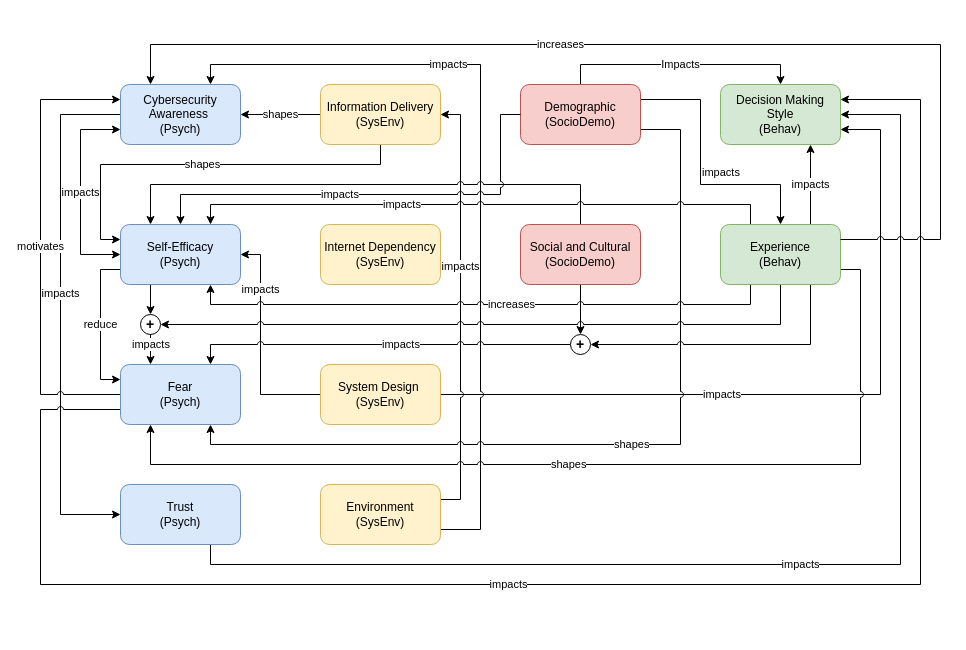
Above: page "Page-1" (1 of 4) of Diagrams/Codebook.drawio in HooradAboo/I-CLAIM (draw.io), before the change. Source tidied: cells renumbered, new cells numbered last; positions are measured from the earlier drawing's top-left corner, leaving out a move shared by most shapes. Both pictures are drawn from the tidied source at 100%, with x=0, y=0 at pixel (40, 44).
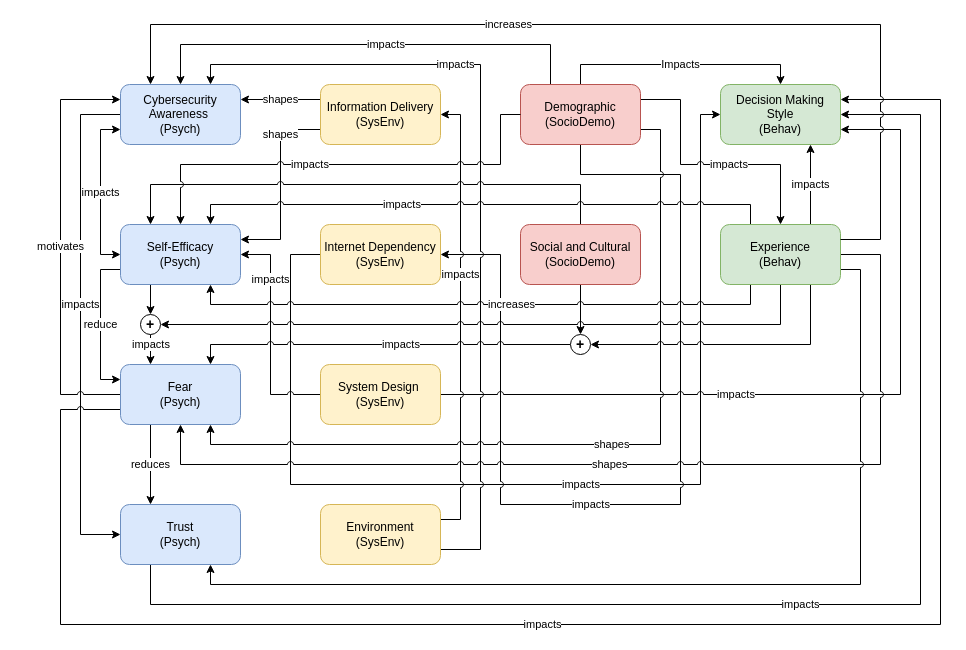
Above is the later version.

Unchanged cells that the change refers to:
```xml
<mxCell id="4" value="Cybersecurity Awareness&amp;nbsp;&lt;br&gt;(Psych)" style="rounded=1;whiteSpace=wrap;html=1;fillColor=#dae8fc;strokeColor=#6c8ebf;" parent="1" vertex="1">
  <mxGeometry x="80" y="40" width="120" height="60" as="geometry" />
</mxCell>
<mxCell id="7" value="Self-Efficacy&lt;br&gt;(Psych)" style="rounded=1;whiteSpace=wrap;html=1;fillColor=#dae8fc;strokeColor=#6c8ebf;" parent="1" vertex="1">
  <mxGeometry x="80" y="180" width="120" height="60" as="geometry" />
</mxCell>
<mxCell id="10" value="Fear&lt;br&gt;(Psych)" style="rounded=1;whiteSpace=wrap;html=1;fillColor=#dae8fc;strokeColor=#6c8ebf;" parent="1" vertex="1">
  <mxGeometry x="80" y="320" width="120" height="60" as="geometry" />
</mxCell>
<mxCell id="15" value="Information Delivery&lt;br&gt;(SysEnv)" style="rounded=1;whiteSpace=wrap;html=1;fillColor=#fff2cc;strokeColor=#d6b656;" parent="1" vertex="1">
  <mxGeometry x="280" y="40" width="120" height="60" as="geometry" />
</mxCell>
<mxCell id="16" value="Internet Dependency&lt;br&gt;(SysEnv)" style="rounded=1;whiteSpace=wrap;html=1;fillColor=#fff2cc;strokeColor=#d6b656;" parent="1" vertex="1">
  <mxGeometry x="280" y="180" width="120" height="60" as="geometry" />
</mxCell>
<mxCell id="19" value="System Design&lt;span style=&quot;background-color: transparent; color: light-dark(rgb(0, 0, 0), rgb(255, 255, 255));&quot;&gt;&amp;nbsp;&lt;/span&gt;&lt;div&gt;(SysEnv)&lt;/div&gt;" style="rounded=1;whiteSpace=wrap;html=1;fillColor=#fff2cc;strokeColor=#d6b656;" parent="1" vertex="1">
  <mxGeometry x="280" y="320" width="120" height="60" as="geometry" />
</mxCell>
<mxCell id="26" value="Demographic&lt;br&gt;(SocioDemo)" style="rounded=1;whiteSpace=wrap;html=1;fillColor=#f8cecc;strokeColor=#b85450;" parent="1" vertex="1">
  <mxGeometry x="480" y="40" width="120" height="60" as="geometry" />
</mxCell>
<mxCell id="30" value="Decision Making Style&lt;br&gt;(Behav)" style="rounded=1;whiteSpace=wrap;html=1;fillColor=#d5e8d4;strokeColor=#82b366;" parent="1" vertex="1">
  <mxGeometry x="680" y="40" width="120" height="60" as="geometry" />
</mxCell>
<mxCell id="37" value="Experience&lt;br&gt;(Behav)" style="rounded=1;whiteSpace=wrap;html=1;fillColor=#d5e8d4;strokeColor=#82b366;" parent="1" vertex="1">
  <mxGeometry x="680" y="180" width="120" height="60" as="geometry" />
</mxCell>
```

Diff of the diagram source:
```diff
@@
     <mxCell id="2" value="impacts" style="edgeStyle=orthogonalEdgeStyle;shape=connector;rounded=0;jumpStyle=arc;jettySize=auto;html=1;exitX=0;exitY=0.5;exitDx=0;exitDy=0;entryX=0;entryY=0.5;entryDx=0;entryDy=0;strokeColor=default;align=center;verticalAlign=middle;fontFamily=Helvetica;fontSize=11;fontColor=default;labelBackgroundColor=default;endArrow=classic;" parent="1" edge="1" source="4" target="12">
       <mxGeometry x="-0.08" relative="1" as="geometry">
         <Array as="points">
-          <mxPoint x="20" y="70" />
-          <mxPoint x="20" y="470" />
+          <mxPoint x="40" y="70" />
+          <mxPoint x="40" y="490" />
         </Array>
       </mxGeometry>
     </mxCell>
     <mxCell id="3" value="impacts" style="edgeStyle=orthogonalEdgeStyle;shape=connector;rounded=0;jumpStyle=arc;jettySize=auto;html=1;exitX=0;exitY=0.75;exitDx=0;exitDy=0;entryX=0;entryY=0.5;entryDx=0;entryDy=0;strokeColor=default;align=center;verticalAlign=middle;fontFamily=Helvetica;fontSize=11;fontColor=default;labelBackgroundColor=default;endArrow=classic;startArrow=classic;startFill=1;" parent="1" edge="1" source="4" target="7">
       <mxGeometry relative="1" as="geometry">
         <Array as="points">
-          <mxPoint x="40" y="85" />
-          <mxPoint x="40" y="210" />
+          <mxPoint x="60" y="85" />
+          <mxPoint x="60" y="210" />
         </Array>
       </mxGeometry>
     </mxCell>
@@
     <mxCell id="8" value="motivates" style="edgeStyle=orthogonalEdgeStyle;shape=connector;rounded=0;jumpStyle=arc;jettySize=auto;html=1;exitX=0;exitY=0.5;exitDx=0;exitDy=0;entryX=0;entryY=0.25;entryDx=0;entryDy=0;strokeColor=default;align=center;verticalAlign=middle;fontFamily=Helvetica;fontSize=11;fontColor=default;labelBackgroundColor=default;endArrow=classic;" parent="1" edge="1" source="10" target="4">
       <mxGeometry relative="1" as="geometry">
         <Array as="points">
-          <mxPoint y="350" />
-          <mxPoint y="55" />
+          <mxPoint x="20" y="350" />
+          <mxPoint x="20" y="55" />
         </Array>
       </mxGeometry>
     </mxCell>
     <mxCell id="9" value="impacts" style="edgeStyle=orthogonalEdgeStyle;shape=connector;rounded=0;jumpStyle=arc;jettySize=auto;html=1;exitX=0;exitY=0.75;exitDx=0;exitDy=0;entryX=1;entryY=0.25;entryDx=0;entryDy=0;strokeColor=default;align=center;verticalAlign=middle;fontFamily=Helvetica;fontSize=11;fontColor=default;labelBackgroundColor=default;endArrow=classic;" parent="1" edge="1" source="10" target="30">
       <mxGeometry x="-0.15" relative="1" as="geometry">
         <Array as="points">
-          <mxPoint y="365" />
-          <mxPoint y="540" />
-          <mxPoint x="880" y="540" />
-          <mxPoint x="880" y="55" />
+          <mxPoint x="20" y="365" />
+          <mxPoint x="20" y="580" />
+          <mxPoint x="900" y="580" />
+          <mxPoint x="900" y="55" />
         </Array>
       </mxGeometry>
     </mxCell>
+    <mxCell id="44" value="reduces" style="edgeStyle=orthogonalEdgeStyle;shape=connector;rounded=0;jumpStyle=arc;jettySize=auto;html=1;exitX=0.25;exitY=1;exitDx=0;exitDy=0;entryX=0.25;entryY=0;entryDx=0;entryDy=0;strokeColor=default;align=center;verticalAlign=middle;fontFamily=Helvetica;fontSize=11;fontColor=default;labelBackgroundColor=default;endArrow=classic;" parent="1" edge="1" source="10" target="12">
+      <mxGeometry relative="1" as="geometry" />
+    </mxCell>
@@
-    <mxCell id="11" value="impacts" style="edgeStyle=orthogonalEdgeStyle;rounded=0;jettySize=auto;html=1;exitX=0.75;exitY=1;exitDx=0;exitDy=0;entryX=1;entryY=0.5;entryDx=0;entryDy=0;jumpStyle=arc;" parent="1" edge="1" source="12" target="30">
+    <mxCell id="11" value="impacts" style="edgeStyle=orthogonalEdgeStyle;rounded=0;jettySize=auto;html=1;exitX=0.25;exitY=1;exitDx=0;exitDy=0;entryX=1;entryY=0.5;entryDx=0;entryDy=0;jumpStyle=arc;" parent="1" edge="1" source="12" target="30">
       <mxGeometry relative="1" as="geometry">
         <Array as="points">
-          <mxPoint x="170" y="520" />
-          <mxPoint x="860" y="520" />
-          <mxPoint x="860" y="70" />
+          <mxPoint x="110" y="560" />
+          <mxPoint x="880" y="560" />
+          <mxPoint x="880" y="70" />
         </Array>
       </mxGeometry>
     </mxCell>
     <mxCell id="12" value="Trust&lt;br&gt;(Psych)" style="rounded=1;whiteSpace=wrap;html=1;fillColor=#dae8fc;strokeColor=#6c8ebf;" parent="1" vertex="1">
-      <mxGeometry x="80" y="440" width="120" height="60" as="geometry" />
+      <mxGeometry x="80" y="460" width="120" height="60" as="geometry" />
     </mxCell>
-    <mxCell id="13" value="shapes" style="edgeStyle=orthogonalEdgeStyle;rounded=0;jettySize=auto;html=1;exitX=0;exitY=0.5;exitDx=0;exitDy=0;entryX=1;entryY=0.5;entryDx=0;entryDy=0;jumpStyle=arc;" parent="1" edge="1" source="15" target="4">
+    <mxCell id="13" value="shapes" style="edgeStyle=orthogonalEdgeStyle;rounded=0;jettySize=auto;html=1;exitX=0;exitY=0.25;exitDx=0;exitDy=0;entryX=1;entryY=0.25;entryDx=0;entryDy=0;jumpStyle=arc;" parent="1" edge="1" source="15" target="4">
       <mxGeometry relative="1" as="geometry" />
     </mxCell>
-    <mxCell id="14" value="shapes" style="edgeStyle=orthogonalEdgeStyle;rounded=0;jettySize=auto;html=1;exitX=0.5;exitY=1;exitDx=0;exitDy=0;jumpStyle=arc;entryX=0;entryY=0.25;entryDx=0;entryDy=0;" parent="1" edge="1" source="15" target="7">
-      <mxGeometry relative="1" as="geometry">
+    <mxCell id="14" value="shapes" style="edgeStyle=orthogonalEdgeStyle;rounded=0;jettySize=auto;html=1;exitX=0;exitY=0.75;exitDx=0;exitDy=0;jumpStyle=arc;entryX=1;entryY=0.25;entryDx=0;entryDy=0;" parent="1" edge="1" source="15" target="7">
+      <mxGeometry x="-0.53" relative="1" as="geometry">
         <Array as="points">
-          <mxPoint x="340" y="120" />
-          <mxPoint x="60" y="120" />
-          <mxPoint x="60" y="195" />
+          <mxPoint x="240" y="85" />
+          <mxPoint x="240" y="195" />
         </Array>
       </mxGeometry>
     </mxCell>
@@
+    <mxCell id="45" value="impacts" style="edgeStyle=orthogonalEdgeStyle;shape=connector;rounded=0;jumpStyle=arc;jettySize=auto;html=1;exitX=0;exitY=0.5;exitDx=0;exitDy=0;entryX=0;entryY=0.5;entryDx=0;entryDy=0;strokeColor=default;align=left;verticalAlign=middle;fontFamily=Helvetica;fontSize=11;fontColor=default;labelBackgroundColor=default;endArrow=classic;" parent="1" edge="1" source="16" target="30">
+      <mxGeometry relative="1" as="geometry">
+        <Array as="points">
+          <mxPoint x="250" y="210" />
+          <mxPoint x="250" y="440" />
+          <mxPoint x="660" y="440" />
+          <mxPoint x="660" y="70" />
+        </Array>
+      </mxGeometry>
+    </mxCell>
+    <mxCell id="46" value="impacts" style="edgeStyle=orthogonalEdgeStyle;shape=connector;rounded=0;jumpStyle=arc;jettySize=auto;html=1;exitX=1;exitY=0.5;exitDx=0;exitDy=0;entryX=0.5;entryY=1;entryDx=0;entryDy=0;strokeColor=default;align=left;verticalAlign=middle;fontFamily=Helvetica;fontSize=11;fontColor=default;labelBackgroundColor=default;endArrow=none;startArrow=classic;startFill=1;endFill=0;" parent="1" edge="1" source="16" target="26">
+      <mxGeometry x="-0.2" relative="1" as="geometry">
+        <Array as="points">
+          <mxPoint x="460" y="210" />
+          <mxPoint x="460" y="460" />
+          <mxPoint x="640" y="460" />
+          <mxPoint x="640" y="130" />
+          <mxPoint x="540" y="130" />
+        </Array>
+      </mxGeometry>
+    </mxCell>
@@
     <mxCell id="17" value="impacts" style="edgeStyle=orthogonalEdgeStyle;rounded=0;jettySize=auto;html=1;exitX=0;exitY=0.5;exitDx=0;exitDy=0;entryX=1;entryY=0.5;entryDx=0;entryDy=0;jumpStyle=arc;" parent="1" edge="1" source="19" target="7">
       <mxGeometry x="0.5" relative="1" as="geometry">
         <Array as="points">
-          <mxPoint x="220" y="350" />
-          <mxPoint x="220" y="210" />
+          <mxPoint x="230" y="350" />
+          <mxPoint x="230" y="210" />
         </Array>
       </mxGeometry>
     </mxCell>
     <mxCell id="18" value="impacts" style="edgeStyle=orthogonalEdgeStyle;shape=connector;rounded=0;jumpStyle=arc;jettySize=auto;html=1;exitX=1;exitY=0.5;exitDx=0;exitDy=0;strokeColor=default;align=left;verticalAlign=middle;fontFamily=Helvetica;fontSize=11;fontColor=default;labelBackgroundColor=default;endArrow=classic;entryX=1;entryY=0.75;entryDx=0;entryDy=0;" parent="1" edge="1" source="19" target="30">
       <mxGeometry x="-0.3" relative="1" as="geometry">
         <Array as="points">
-          <mxPoint x="840" y="350" />
-          <mxPoint x="840" y="85" />
+          <mxPoint x="860" y="350" />
+          <mxPoint x="860" y="85" />
         </Array>
       </mxGeometry>
     </mxCell>
@@
     <mxCell id="21" value="impacts" style="edgeStyle=orthogonalEdgeStyle;shape=connector;rounded=0;jumpStyle=arc;jettySize=auto;html=1;exitX=1;exitY=0.75;exitDx=0;exitDy=0;entryX=0.75;entryY=0;entryDx=0;entryDy=0;strokeColor=default;align=center;verticalAlign=middle;fontFamily=Helvetica;fontSize=11;fontColor=default;labelBackgroundColor=default;endArrow=classic;" parent="1" edge="1" source="22" target="4">
       <mxGeometry x="0.35" relative="1" as="geometry">
         <Array as="points">
-          <mxPoint x="440" y="485" />
+          <mxPoint x="440" y="505" />
           <mxPoint x="440" y="20" />
           <mxPoint x="170" y="20" />
         </Array>
       </mxGeometry>
     </mxCell>
     <mxCell id="22" value="&lt;div&gt;Environment&lt;br&gt;(SysEnv)&lt;/div&gt;" style="rounded=1;whiteSpace=wrap;html=1;fillColor=#fff2cc;strokeColor=#d6b656;" parent="1" vertex="1">
-      <mxGeometry x="280" y="440" width="120" height="60" as="geometry" />
+      <mxGeometry x="280" y="460" width="120" height="60" as="geometry" />
     </mxCell>
@@
     <mxCell id="24" value="shapes" style="edgeStyle=orthogonalEdgeStyle;shape=connector;rounded=0;jumpStyle=arc;jettySize=auto;html=1;exitX=1;exitY=0.75;exitDx=0;exitDy=0;entryX=0.75;entryY=1;entryDx=0;entryDy=0;strokeColor=default;align=left;verticalAlign=middle;fontFamily=Helvetica;fontSize=11;fontColor=default;labelBackgroundColor=default;endArrow=classic;" parent="1" edge="1" source="26" target="10">
       <mxGeometry relative="1" as="geometry">
         <Array as="points">
-          <mxPoint x="640" y="85" />
-          <mxPoint x="640" y="400" />
+          <mxPoint x="620" y="85" />
+          <mxPoint x="620" y="400" />
           <mxPoint x="170" y="400" />
         </Array>
       </mxGeometry>
     </mxCell>
     <mxCell id="25" value="impacts" style="edgeStyle=orthogonalEdgeStyle;shape=connector;rounded=0;jumpStyle=arc;jettySize=auto;html=1;exitX=1;exitY=0.25;exitDx=0;exitDy=0;entryX=0.5;entryY=0;entryDx=0;entryDy=0;strokeColor=default;align=left;verticalAlign=middle;fontFamily=Helvetica;fontSize=11;fontColor=default;labelBackgroundColor=default;endArrow=classic;" parent="1" edge="1" source="26" target="37">
       <mxGeometry relative="1" as="geometry">
         <Array as="points">
-          <mxPoint x="660" y="55" />
-          <mxPoint x="660" y="140" />
-          <mxPoint x="740" y="140" />
+          <mxPoint x="640" y="55" />
+          <mxPoint x="640" y="120" />
+          <mxPoint x="740" y="120" />
         </Array>
       </mxGeometry>
     </mxCell>
+    <mxCell id="47" value="impacts" style="edgeStyle=orthogonalEdgeStyle;shape=connector;rounded=0;jumpStyle=arc;jettySize=auto;html=1;exitX=0.25;exitY=0;exitDx=0;exitDy=0;entryX=0.5;entryY=0;entryDx=0;entryDy=0;strokeColor=default;align=left;verticalAlign=middle;fontFamily=Helvetica;fontSize=11;fontColor=default;labelBackgroundColor=default;endArrow=classic;" parent="1" edge="1" source="26" target="4">
+      <mxGeometry relative="1" as="geometry">
+        <Array as="points">
+          <mxPoint x="510" />
+          <mxPoint x="140" />
+        </Array>
+      </mxGeometry>
+    </mxCell>
@@
-    <mxCell id="32" value="shapes" style="edgeStyle=orthogonalEdgeStyle;rounded=0;jettySize=auto;html=1;exitX=1;exitY=0.75;exitDx=0;exitDy=0;entryX=0.25;entryY=1;entryDx=0;entryDy=0;jumpStyle=arc;align=left;" parent="1" edge="1" source="37" target="10">
+    <mxCell id="32" value="shapes" style="edgeStyle=orthogonalEdgeStyle;rounded=0;jettySize=auto;html=1;exitX=1;exitY=0.5;exitDx=0;exitDy=0;entryX=0.5;entryY=1;entryDx=0;entryDy=0;jumpStyle=arc;align=left;" parent="1" edge="1" source="37" target="10">
       <mxGeometry x="0.09" relative="1" as="geometry">
         <Array as="points">
-          <mxPoint x="820" y="225" />
-          <mxPoint x="820" y="420" />
-          <mxPoint x="110" y="420" />
+          <mxPoint x="840" y="210" />
+          <mxPoint x="840" y="420" />
+          <mxPoint x="140" y="420" />
         </Array>
       </mxGeometry>
     </mxCell>
@@
+    <mxCell id="48" style="edgeStyle=orthogonalEdgeStyle;shape=connector;rounded=0;jumpStyle=arc;jettySize=auto;html=1;exitX=1;exitY=0.75;exitDx=0;exitDy=0;entryX=0.75;entryY=1;entryDx=0;entryDy=0;strokeColor=default;align=left;verticalAlign=middle;fontFamily=Helvetica;fontSize=11;fontColor=default;labelBackgroundColor=default;endArrow=classic;" parent="1" edge="1" source="37" target="12">
+      <mxGeometry relative="1" as="geometry" />
+    </mxCell>
@@
     <mxCell id="38" value="increases" style="edgeStyle=orthogonalEdgeStyle;shape=connector;rounded=0;jumpStyle=arc;jettySize=auto;html=1;exitX=1;exitY=0.25;exitDx=0;exitDy=0;entryX=0.25;entryY=0;entryDx=0;entryDy=0;strokeColor=default;align=center;verticalAlign=middle;fontFamily=Helvetica;fontSize=11;fontColor=default;labelBackgroundColor=default;endArrow=classic;" parent="1" edge="1" source="37" target="4">
       <mxGeometry x="0.2" relative="1" as="geometry">
         <Array as="points">
-          <mxPoint x="900" y="195" />
-          <mxPoint x="900" />
-          <mxPoint x="110" />
+          <mxPoint x="840" y="195" />
+          <mxPoint x="840" y="-20" />
+          <mxPoint x="110" y="-20" />
         </Array>
       </mxGeometry>
     </mxCell>
     <mxCell id="39" value="impacts" style="edgeStyle=orthogonalEdgeStyle;shape=connector;rounded=0;jumpStyle=arc;jettySize=auto;html=1;exitX=0;exitY=0.5;exitDx=0;exitDy=0;entryX=0.5;entryY=0;entryDx=0;entryDy=0;strokeColor=default;align=left;verticalAlign=middle;fontFamily=Helvetica;fontSize=11;fontColor=default;labelBackgroundColor=default;endArrow=classic;" parent="1" edge="1" source="26" target="7">
       <mxGeometry x="0.25" relative="1" as="geometry">
         <Array as="points">
           <mxPoint x="460" y="70" />
-          <mxPoint x="460" y="150" />
-          <mxPoint x="140" y="150" />
+          <mxPoint x="460" y="120" />
+          <mxPoint x="140" y="120" />
         </Array>
       </mxGeometry>
     </mxCell>
```
